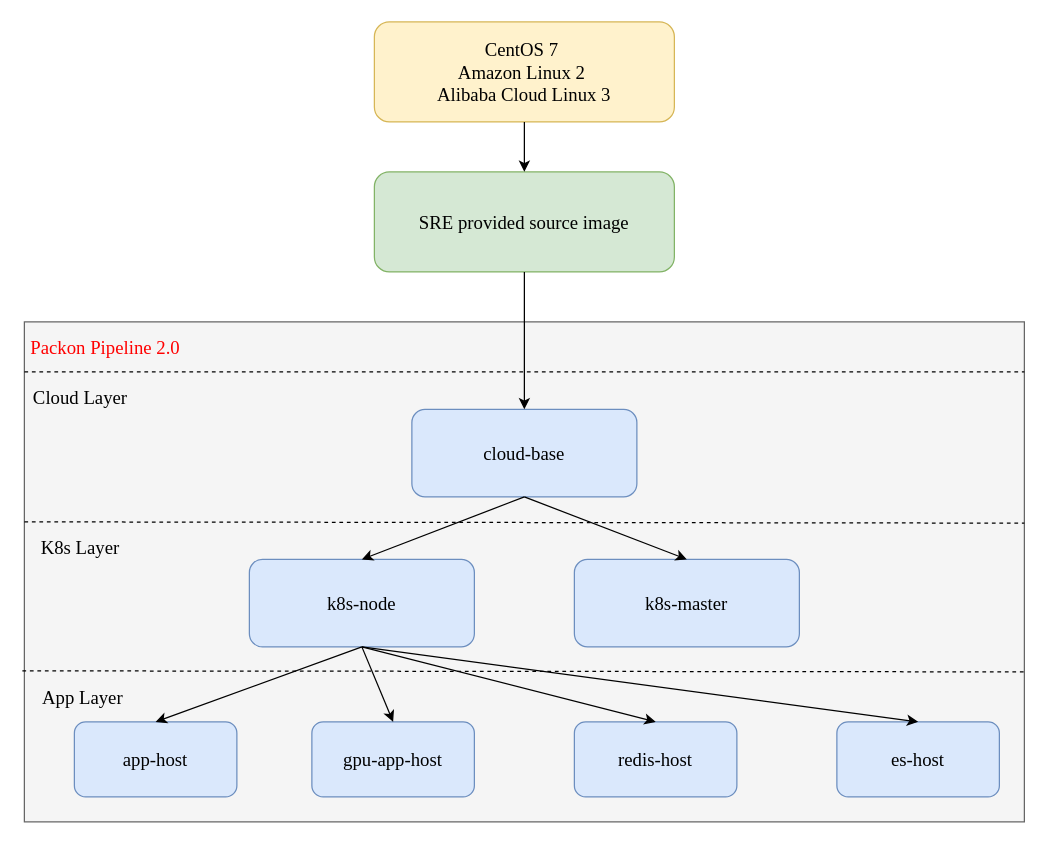
Before: packon-image-division-rule.drawio in YanshanSong/draw.io, a draw.io diagram. Source tidied: cells renumbered, new cells numbered last; positions are measured from the earlier drawing's top-left corner, leaving out a move shared by most shapes. Both pictures are drawn from the tidied source at 125%, with x=0, y=0 at pixel (24, 21).
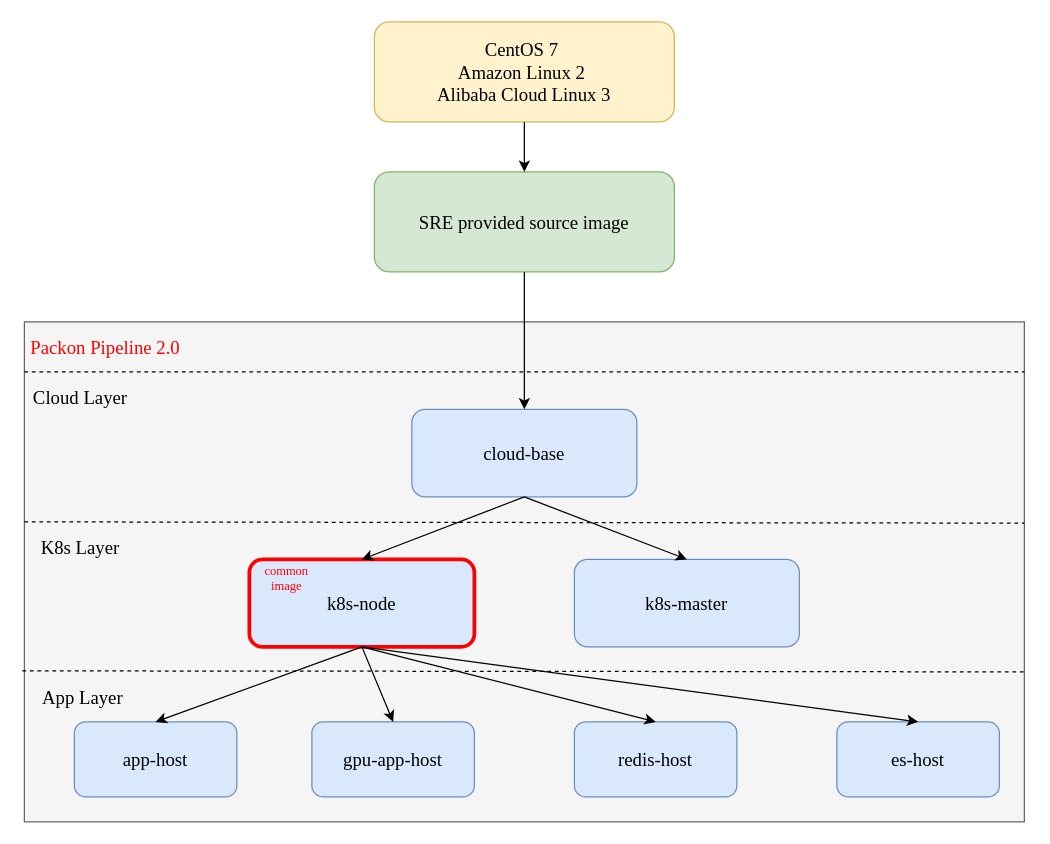
The same diagram, later.

Diff of the diagram source:
```diff
@@
-    <mxCell id="12" value="k8s-node" style="rounded=1;whiteSpace=wrap;html=1;fontFamily=Times New Roman;fontSize=15;fillColor=#dae8fc;strokeColor=#6c8ebf;" parent="1" vertex="1">
+    <mxCell id="12" value="k8s-node" style="rounded=1;whiteSpace=wrap;html=1;fontFamily=Times New Roman;fontSize=15;fillColor=#dae8fc;strokeColor=#FF0000;strokeWidth=3;" parent="1" vertex="1">
       <mxGeometry x="180" y="430" width="180" height="70" as="geometry" />
     </mxCell>
@@
+    <mxCell id="27" value="common image" style="text;html=1;strokeColor=none;fillColor=none;align=center;verticalAlign=middle;whiteSpace=wrap;rounded=0;fontFamily=Times New Roman;fontColor=#FF0000;fontSize=10;" parent="1" vertex="1">
+      <mxGeometry x="180" y="430" width="60" height="30" as="geometry" />
+    </mxCell>
```
